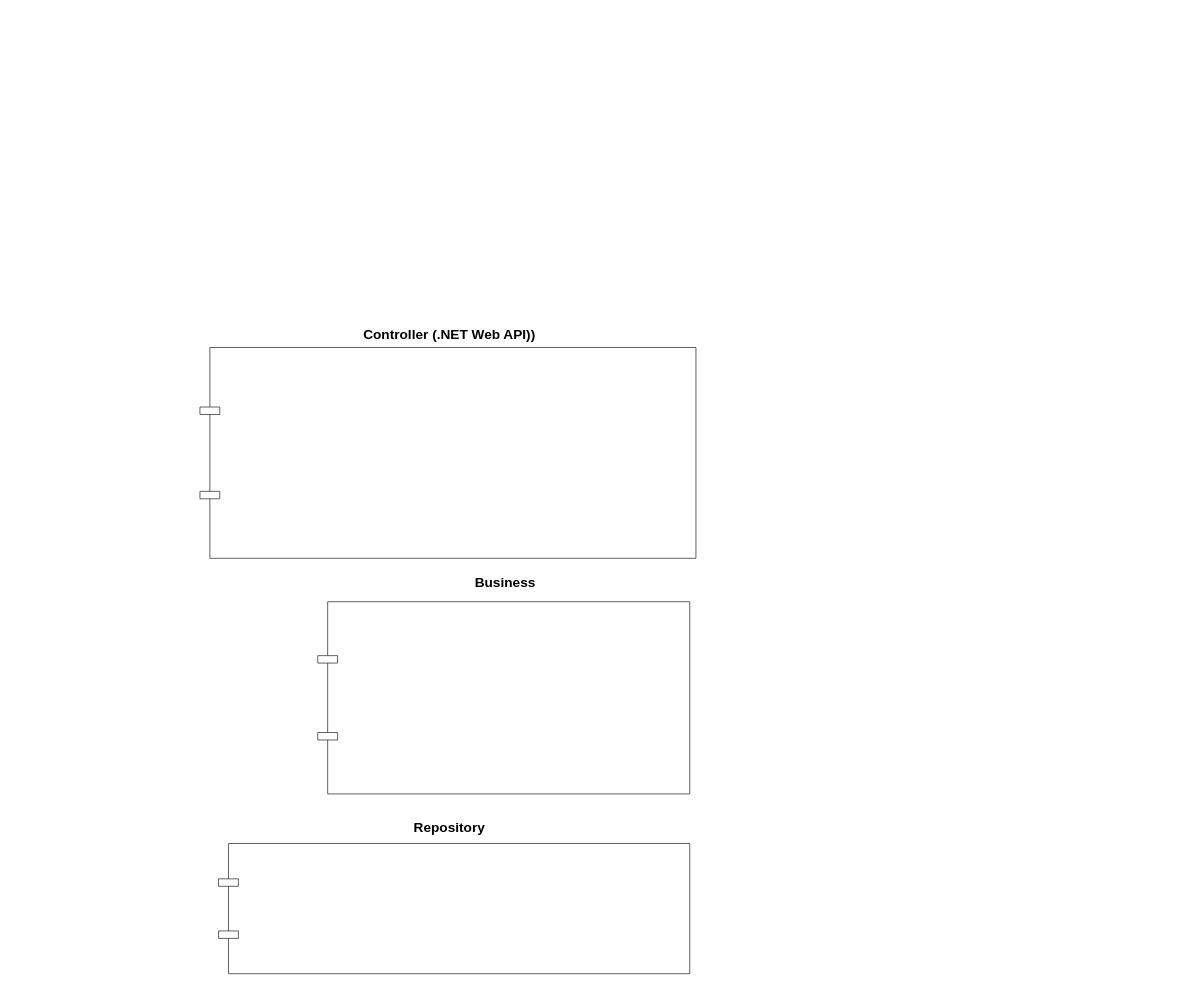
CaioBoni/agendamento_medico keeps this draw.io diagram as Untitled Diagram.drawio. Above is the earlier version. Source tidied: cells renumbered, new cells numbered last; positions are measured from the earlier drawing's top-left corner, leaving out a move shared by most shapes. Both pictures are drawn from the tidied source at 62%, with x=0, y=0 at pixel (200, 329).
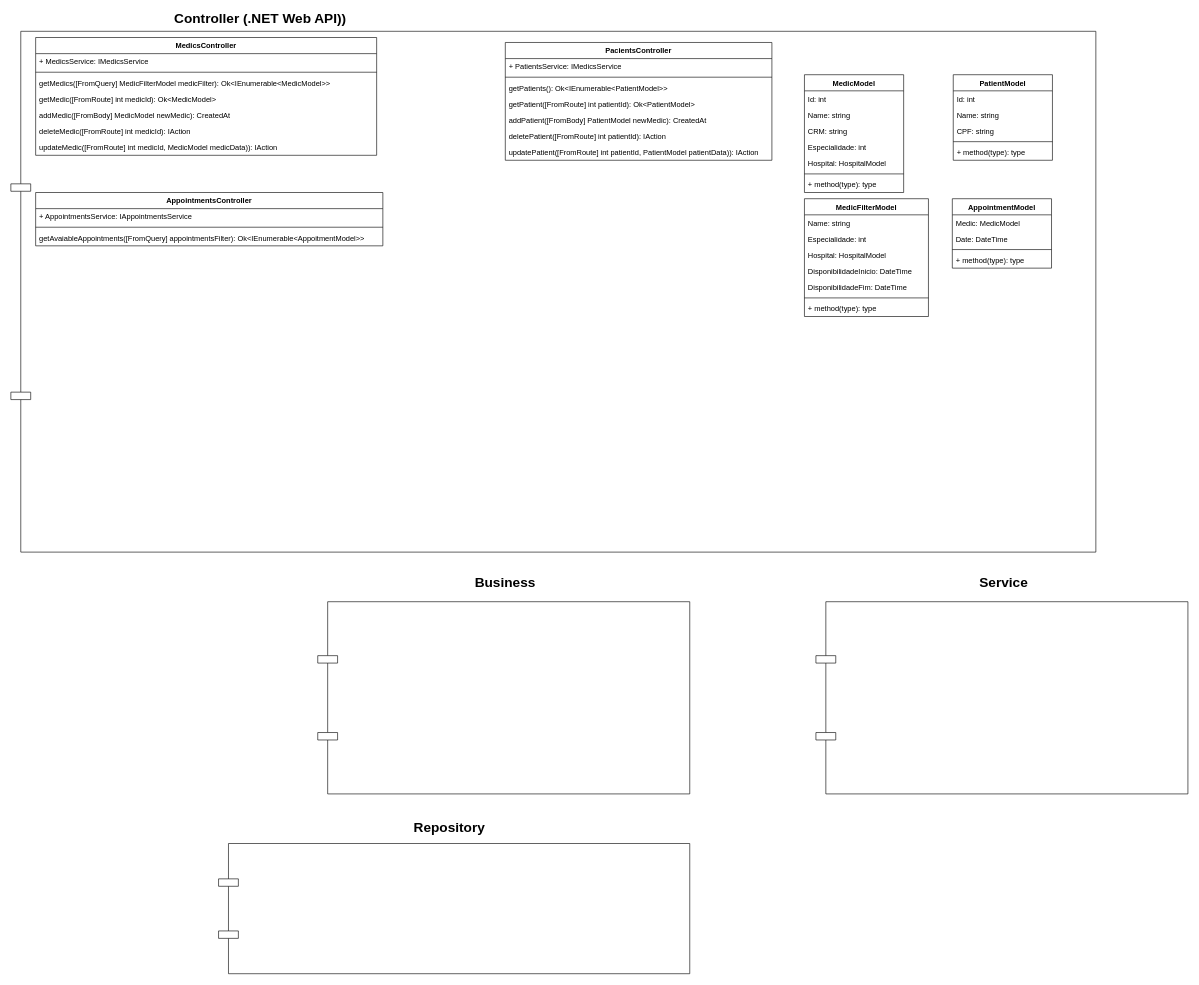
The same diagram, later.

Change to the diagram source:
```diff
@@
     <mxCell id="2" value="Controller (.NET Web API))" style="text;html=1;strokeColor=none;fillColor=none;align=center;verticalAlign=middle;whiteSpace=wrap;rounded=0;fontSize=22;fontStyle=1;" parent="1" vertex="1">
-      <mxGeometry x="250" width="305" height="20" as="geometry" />
+      <mxGeometry x="-55" y="-510" width="305" height="20" as="geometry" />
     </mxCell>
@@
     <mxCell id="5" style="shape=component;align=left;spacingLeft=36;fontSize=22;" parent="1" vertex="1">
-      <mxGeometry y="30" width="800" height="340" as="geometry" />
+      <mxGeometry x="-305" y="-480" width="1750" height="840" as="geometry" />
     </mxCell>
@@
+    <mxCell id="8" value="MedicsController" style="swimlane;fontStyle=1;align=center;verticalAlign=top;horizontal=1;startSize=26;fontSize=12;" parent="1" vertex="1">
+      <mxGeometry x="-265" y="-470" width="550" height="190" as="geometry" />
+    </mxCell>
+    <mxCell id="9" value="+ MedicsService: IMedicsService" style="text;strokeColor=none;fillColor=none;align=left;verticalAlign=top;spacingLeft=4;spacingRight=4;overflow=hidden;" parent="8" vertex="1">
+      <mxGeometry y="26" width="550" height="26" as="geometry" />
+    </mxCell>
+    <mxCell id="10" style="line;strokeWidth=1;fillColor=none;align=left;verticalAlign=middle;spacingTop=-1;spacingLeft=3;spacingRight=3;labelPosition=right;" parent="8" vertex="1">
+      <mxGeometry y="52" width="550" height="8" as="geometry" />
+    </mxCell>
+    <mxCell id="11" value="getMedics([FromQuery] MedicFilterModel medicFilter): Ok&lt;IEnumerable&lt;MedicModel&gt;&gt;" style="text;strokeColor=none;fillColor=none;align=left;verticalAlign=top;spacingLeft=4;spacingRight=4;overflow=hidden;" parent="8" vertex="1">
+      <mxGeometry y="60" width="550" height="26" as="geometry" />
+    </mxCell>
+    <mxCell id="12" value="getMedic([FromRoute] int medicId): Ok&lt;MedicModel&gt;" style="text;strokeColor=none;fillColor=none;align=left;verticalAlign=top;spacingLeft=4;spacingRight=4;overflow=hidden;" parent="8" vertex="1">
+      <mxGeometry y="86" width="550" height="26" as="geometry" />
+    </mxCell>
+    <mxCell id="13" value="addMedic([FromBody] MedicModel newMedic): CreatedAt" style="text;strokeColor=none;fillColor=none;align=left;verticalAlign=top;spacingLeft=4;spacingRight=4;overflow=hidden;" parent="8" vertex="1">
+      <mxGeometry y="112" width="550" height="26" as="geometry" />
+    </mxCell>
+    <mxCell id="14" value="deleteMedic([FromRoute] int medicId): IAction" style="text;strokeColor=none;fillColor=none;align=left;verticalAlign=top;spacingLeft=4;spacingRight=4;overflow=hidden;" parent="8" vertex="1">
+      <mxGeometry y="138" width="550" height="26" as="geometry" />
+    </mxCell>
+    <mxCell id="15" value="updateMedic([FromRoute] int medicId, MedicModel medicData)): IAction" style="text;strokeColor=none;fillColor=none;align=left;verticalAlign=top;spacingLeft=4;spacingRight=4;overflow=hidden;" parent="8" vertex="1">
+      <mxGeometry y="164" width="550" height="26" as="geometry" />
+    </mxCell>
+    <mxCell id="16" value="PacientsController" style="swimlane;fontStyle=1;align=center;verticalAlign=top;horizontal=1;startSize=26;fontSize=12;" parent="1" vertex="1">
+      <mxGeometry x="492.5" y="-462" width="430" height="190" as="geometry" />
+    </mxCell>
+    <mxCell id="17" value="+ PatientsService: IMedicsService" style="text;strokeColor=none;fillColor=none;align=left;verticalAlign=top;spacingLeft=4;spacingRight=4;overflow=hidden;" parent="16" vertex="1">
+      <mxGeometry y="26" width="430" height="26" as="geometry" />
+    </mxCell>
+    <mxCell id="18" style="line;strokeWidth=1;fillColor=none;align=left;verticalAlign=middle;spacingTop=-1;spacingLeft=3;spacingRight=3;labelPosition=right;" parent="16" vertex="1">
+      <mxGeometry y="52" width="430" height="8" as="geometry" />
+    </mxCell>
+    <mxCell id="19" value="getPatients(): Ok&lt;IEnumerable&lt;PatientModel&gt;&gt;" style="text;strokeColor=none;fillColor=none;align=left;verticalAlign=top;spacingLeft=4;spacingRight=4;overflow=hidden;" parent="16" vertex="1">
+      <mxGeometry y="60" width="430" height="26" as="geometry" />
+    </mxCell>
+    <mxCell id="20" value="getPatient([FromRoute] int patientId): Ok&lt;PatientModel&gt;" style="text;strokeColor=none;fillColor=none;align=left;verticalAlign=top;spacingLeft=4;spacingRight=4;overflow=hidden;" parent="16" vertex="1">
+      <mxGeometry y="86" width="430" height="26" as="geometry" />
+    </mxCell>
+    <mxCell id="21" value="addPatient([FromBody] PatientModel newMedic): CreatedAt" style="text;strokeColor=none;fillColor=none;align=left;verticalAlign=top;spacingLeft=4;spacingRight=4;overflow=hidden;" parent="16" vertex="1">
+      <mxGeometry y="112" width="430" height="26" as="geometry" />
+    </mxCell>
+    <mxCell id="22" value="deletePatient([FromRoute] int patientId): IAction" style="text;strokeColor=none;fillColor=none;align=left;verticalAlign=top;spacingLeft=4;spacingRight=4;overflow=hidden;" parent="16" vertex="1">
+      <mxGeometry y="138" width="430" height="26" as="geometry" />
+    </mxCell>
+    <mxCell id="23" value="updatePatient([FromRoute] int patientId, PatientModel patientData)): IAction" style="text;strokeColor=none;fillColor=none;align=left;verticalAlign=top;spacingLeft=4;spacingRight=4;overflow=hidden;" parent="16" vertex="1">
+      <mxGeometry y="164" width="430" height="26" as="geometry" />
+    </mxCell>
+    <mxCell id="24" value="MedicModel" style="swimlane;fontStyle=1;align=center;verticalAlign=top;horizontal=1;startSize=26;fontSize=12;" parent="1" vertex="1">
+      <mxGeometry x="975" y="-410" width="160" height="190" as="geometry" />
+    </mxCell>
+    <mxCell id="25" value="Id: int" style="text;strokeColor=none;fillColor=none;align=left;verticalAlign=top;spacingLeft=4;spacingRight=4;overflow=hidden;" parent="24" vertex="1">
+      <mxGeometry y="26" width="160" height="26" as="geometry" />
+    </mxCell>
+    <mxCell id="26" value="Name: string" style="text;strokeColor=none;fillColor=none;align=left;verticalAlign=top;spacingLeft=4;spacingRight=4;overflow=hidden;" parent="24" vertex="1">
+      <mxGeometry y="52" width="160" height="26" as="geometry" />
+    </mxCell>
+    <mxCell id="27" value="CRM: string" style="text;strokeColor=none;fillColor=none;align=left;verticalAlign=top;spacingLeft=4;spacingRight=4;overflow=hidden;" parent="24" vertex="1">
+      <mxGeometry y="78" width="160" height="26" as="geometry" />
+    </mxCell>
+    <mxCell id="28" value="Especialidade: int" style="text;strokeColor=none;fillColor=none;align=left;verticalAlign=top;spacingLeft=4;spacingRight=4;overflow=hidden;" parent="24" vertex="1">
+      <mxGeometry y="104" width="160" height="26" as="geometry" />
+    </mxCell>
+    <mxCell id="29" value="Hospital: HospitalModel" style="text;strokeColor=none;fillColor=none;align=left;verticalAlign=top;spacingLeft=4;spacingRight=4;overflow=hidden;" parent="24" vertex="1">
+      <mxGeometry y="130" width="160" height="26" as="geometry" />
+    </mxCell>
+    <mxCell id="30" style="line;strokeWidth=1;fillColor=none;align=left;verticalAlign=middle;spacingTop=-1;spacingLeft=3;spacingRight=3;labelPosition=right;" parent="24" vertex="1">
+      <mxGeometry y="156" width="160" height="8" as="geometry" />
+    </mxCell>
+    <mxCell id="31" value="+ method(type): type" style="text;strokeColor=none;fillColor=none;align=left;verticalAlign=top;spacingLeft=4;spacingRight=4;overflow=hidden;" parent="24" vertex="1">
+      <mxGeometry y="164" width="160" height="26" as="geometry" />
+    </mxCell>
+    <mxCell id="32" value="PatientModel" style="swimlane;fontStyle=1;align=center;verticalAlign=top;horizontal=1;startSize=26;fontSize=12;" parent="1" vertex="1">
+      <mxGeometry x="1215" y="-410" width="160" height="138" as="geometry" />
+    </mxCell>
+    <mxCell id="33" value="Id: int" style="text;strokeColor=none;fillColor=none;align=left;verticalAlign=top;spacingLeft=4;spacingRight=4;overflow=hidden;" parent="32" vertex="1">
+      <mxGeometry y="26" width="160" height="26" as="geometry" />
+    </mxCell>
+    <mxCell id="34" value="Name: string" style="text;strokeColor=none;fillColor=none;align=left;verticalAlign=top;spacingLeft=4;spacingRight=4;overflow=hidden;" parent="32" vertex="1">
+      <mxGeometry y="52" width="160" height="26" as="geometry" />
+    </mxCell>
+    <mxCell id="35" value="CPF: string" style="text;strokeColor=none;fillColor=none;align=left;verticalAlign=top;spacingLeft=4;spacingRight=4;overflow=hidden;" parent="32" vertex="1">
+      <mxGeometry y="78" width="160" height="26" as="geometry" />
+    </mxCell>
+    <mxCell id="36" style="line;strokeWidth=1;fillColor=none;align=left;verticalAlign=middle;spacingTop=-1;spacingLeft=3;spacingRight=3;labelPosition=right;" parent="32" vertex="1">
+      <mxGeometry y="104" width="160" height="8" as="geometry" />
+    </mxCell>
+    <mxCell id="37" value="+ method(type): type" style="text;strokeColor=none;fillColor=none;align=left;verticalAlign=top;spacingLeft=4;spacingRight=4;overflow=hidden;" parent="32" vertex="1">
+      <mxGeometry y="112" width="160" height="26" as="geometry" />
+    </mxCell>
+    <mxCell id="38" value="AppointmentsController" style="swimlane;fontStyle=1;align=center;verticalAlign=top;horizontal=1;startSize=26;fontSize=12;" parent="1" vertex="1">
+      <mxGeometry x="-265" y="-220" width="560" height="86" as="geometry" />
+    </mxCell>
+    <mxCell id="39" value="+ AppointmentsService: IAppointmentsService" style="text;strokeColor=none;fillColor=none;align=left;verticalAlign=top;spacingLeft=4;spacingRight=4;overflow=hidden;" parent="38" vertex="1">
+      <mxGeometry y="26" width="560" height="26" as="geometry" />
+    </mxCell>
+    <mxCell id="40" style="line;strokeWidth=1;fillColor=none;align=left;verticalAlign=middle;spacingTop=-1;spacingLeft=3;spacingRight=3;labelPosition=right;" parent="38" vertex="1">
+      <mxGeometry y="52" width="560" height="8" as="geometry" />
+    </mxCell>
+    <mxCell id="41" value="getAvaiableAppointments([FromQuery] appointmentsFilter): Ok&lt;IEnumerable&lt;AppoitmentModel&gt;&gt;" style="text;strokeColor=none;fillColor=none;align=left;verticalAlign=top;spacingLeft=4;spacingRight=4;overflow=hidden;" parent="38" vertex="1">
+      <mxGeometry y="60" width="560" height="26" as="geometry" />
+    </mxCell>
+    <mxCell id="42" value="MedicFilterModel" style="swimlane;fontStyle=1;align=center;verticalAlign=top;horizontal=1;startSize=26;fontSize=12;" parent="1" vertex="1">
+      <mxGeometry x="975" y="-210" width="200" height="190" as="geometry" />
+    </mxCell>
+    <mxCell id="43" value="Name: string" style="text;strokeColor=none;fillColor=none;align=left;verticalAlign=top;spacingLeft=4;spacingRight=4;overflow=hidden;" parent="42" vertex="1">
+      <mxGeometry y="26" width="200" height="26" as="geometry" />
+    </mxCell>
+    <mxCell id="44" value="Especialidade: int" style="text;strokeColor=none;fillColor=none;align=left;verticalAlign=top;spacingLeft=4;spacingRight=4;overflow=hidden;" parent="42" vertex="1">
+      <mxGeometry y="52" width="200" height="26" as="geometry" />
+    </mxCell>
+    <mxCell id="45" value="Hospital: HospitalModel" style="text;strokeColor=none;fillColor=none;align=left;verticalAlign=top;spacingLeft=4;spacingRight=4;overflow=hidden;" parent="42" vertex="1">
+      <mxGeometry y="78" width="200" height="26" as="geometry" />
+    </mxCell>
+    <mxCell id="46" value="DisponibilidadeInicio: DateTime" style="text;strokeColor=none;fillColor=none;align=left;verticalAlign=top;spacingLeft=4;spacingRight=4;overflow=hidden;" parent="42" vertex="1">
+      <mxGeometry y="104" width="200" height="26" as="geometry" />
+    </mxCell>
+    <mxCell id="47" value="DisponibilidadeFim: DateTime" style="text;strokeColor=none;fillColor=none;align=left;verticalAlign=top;spacingLeft=4;spacingRight=4;overflow=hidden;" parent="42" vertex="1">
+      <mxGeometry y="130" width="200" height="26" as="geometry" />
+    </mxCell>
+    <mxCell id="48" style="line;strokeWidth=1;fillColor=none;align=left;verticalAlign=middle;spacingTop=-1;spacingLeft=3;spacingRight=3;labelPosition=right;" parent="42" vertex="1">
+      <mxGeometry y="156" width="200" height="8" as="geometry" />
+    </mxCell>
+    <mxCell id="49" value="+ method(type): type" style="text;strokeColor=none;fillColor=none;align=left;verticalAlign=top;spacingLeft=4;spacingRight=4;overflow=hidden;" parent="42" vertex="1">
+      <mxGeometry y="164" width="200" height="26" as="geometry" />
+    </mxCell>
+    <mxCell id="50" value="AppointmentModel" style="swimlane;fontStyle=1;align=center;verticalAlign=top;horizontal=1;startSize=26;fontSize=12;" parent="1" vertex="1">
+      <mxGeometry x="1213.5" y="-210" width="160" height="112" as="geometry" />
+    </mxCell>
+    <mxCell id="51" value="Medic: MedicModel" style="text;strokeColor=none;fillColor=none;align=left;verticalAlign=top;spacingLeft=4;spacingRight=4;overflow=hidden;" parent="50" vertex="1">
+      <mxGeometry y="26" width="160" height="26" as="geometry" />
+    </mxCell>
+    <mxCell id="52" value="Date: DateTime" style="text;strokeColor=none;fillColor=none;align=left;verticalAlign=top;spacingLeft=4;spacingRight=4;overflow=hidden;" parent="50" vertex="1">
+      <mxGeometry y="52" width="160" height="26" as="geometry" />
+    </mxCell>
+    <mxCell id="53" style="line;strokeWidth=1;fillColor=none;align=left;verticalAlign=middle;spacingTop=-1;spacingLeft=3;spacingRight=3;labelPosition=right;" parent="50" vertex="1">
+      <mxGeometry y="78" width="160" height="8" as="geometry" />
+    </mxCell>
+    <mxCell id="54" value="+ method(type): type" style="text;strokeColor=none;fillColor=none;align=left;verticalAlign=top;spacingLeft=4;spacingRight=4;overflow=hidden;" parent="50" vertex="1">
+      <mxGeometry y="86" width="160" height="26" as="geometry" />
+    </mxCell>
+    <mxCell id="55" value="Service" style="text;html=1;strokeColor=none;fillColor=none;align=center;verticalAlign=middle;whiteSpace=wrap;rounded=0;fontSize=22;fontStyle=1;" parent="1" vertex="1">
+      <mxGeometry x="1143.5" y="400" width="305" height="20" as="geometry" />
+    </mxCell>
+    <mxCell id="56" style="shape=component;align=left;spacingLeft=36;fontSize=22;" parent="1" vertex="1">
+      <mxGeometry x="993.5" y="440" width="600" height="310" as="geometry" />
+    </mxCell>
```
